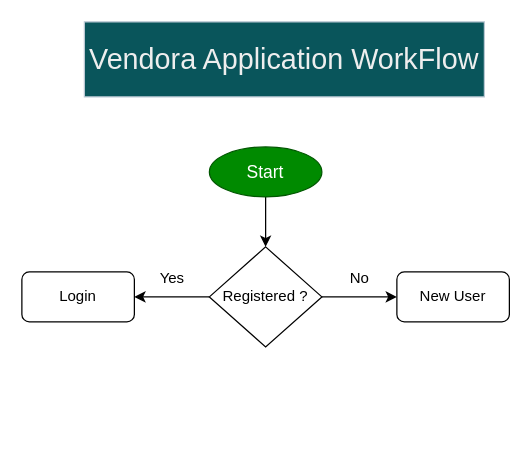
Before: Untitled Diagram.drawio in shivamshinde6164/Vendora, a draw.io diagram. Source tidied: cells renumbered, new cells numbered last; positions are measured from the earlier drawing's top-left corner, leaving out a move shared by most shapes. Both pictures are drawn from the tidied source at 125%, with x=0, y=0 at pixel (21, 21).
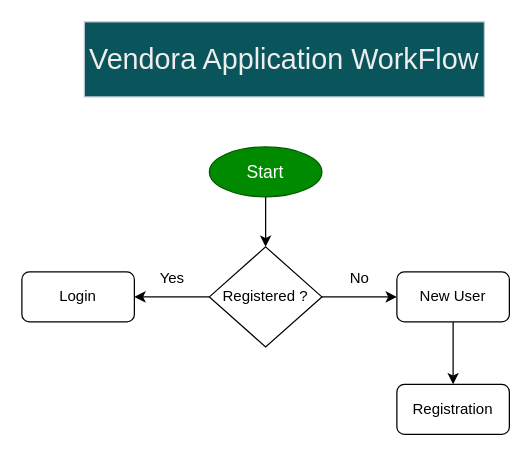
The same page after the edit.

Diff of the diagram source:
```diff
@@
 <mxGraphModel>
   <root>
     <mxCell id="0" />
     <mxCell id="1" parent="0" />
     <mxCell id="2" value="&lt;font style=&quot;font-size: 23px;&quot;&gt;Vendora Application WorkFlow&lt;/font&gt;" style="rounded=0;whiteSpace=wrap;html=1;labelBackgroundColor=none;fillColor=#09555B;strokeColor=#BAC8D3;fontColor=#EEEEEE;" parent="1" vertex="1">
       <mxGeometry x="50" width="320" height="60" as="geometry" />
     </mxCell>
     <mxCell id="3" style="edgeStyle=orthogonalEdgeStyle;rounded=0;jettySize=auto;html=1;exitX=0.5;exitY=1;exitDx=0;exitDy=0;entryX=0.5;entryY=0;entryDx=0;entryDy=0;" parent="1" edge="1" source="4" target="7">
       <mxGeometry relative="1" as="geometry" />
     </mxCell>
     <mxCell id="4" value="&lt;font style=&quot;font-size: 14px;&quot;&gt;Start&lt;/font&gt;" style="ellipse;whiteSpace=wrap;html=1;fillColor=#008a00;strokeColor=#005700;fontColor=#ffffff;" parent="1" vertex="1">
       <mxGeometry x="150" y="100" width="90" height="40" as="geometry" />
     </mxCell>
     <mxCell id="5" style="edgeStyle=orthogonalEdgeStyle;rounded=0;jettySize=auto;html=1;exitX=0;exitY=0.5;exitDx=0;exitDy=0;entryX=1;entryY=0.5;entryDx=0;entryDy=0;" parent="1" edge="1" source="7" target="8">
       <mxGeometry relative="1" as="geometry" />
     </mxCell>
     <mxCell id="6" style="edgeStyle=orthogonalEdgeStyle;rounded=0;jettySize=auto;html=1;exitX=1;exitY=0.5;exitDx=0;exitDy=0;entryX=0;entryY=0.5;entryDx=0;entryDy=0;" parent="1" edge="1" source="7" target="9">
       <mxGeometry relative="1" as="geometry" />
     </mxCell>
     <mxCell id="7" value="Registered ?" style="rhombus;whiteSpace=wrap;html=1;" parent="1" vertex="1">
       <mxGeometry x="150" y="180" width="90" height="80" as="geometry" />
     </mxCell>
     <mxCell id="8" value="Login" style="rounded=1;whiteSpace=wrap;html=1;" parent="1" vertex="1">
       <mxGeometry y="200" width="90" height="40" as="geometry" />
     </mxCell>
+    <mxCell id="12" style="edgeStyle=orthogonalEdgeStyle;rounded=0;jettySize=auto;html=1;exitX=0.5;exitY=1;exitDx=0;exitDy=0;entryX=0.5;entryY=0;entryDx=0;entryDy=0;" parent="1" edge="1" source="9" target="13">
+      <mxGeometry relative="1" as="geometry" />
+    </mxCell>
     <mxCell id="9" value="New User" style="rounded=1;whiteSpace=wrap;html=1;" parent="1" vertex="1">
       <mxGeometry x="300" y="200" width="90" height="40" as="geometry" />
     </mxCell>
     <mxCell id="10" value="Yes" style="text;html=1;align=center;verticalAlign=middle;strokeColor=none;fillColor=none;" parent="1" vertex="1">
       <mxGeometry x="100" y="190" width="40" height="30" as="geometry" />
     </mxCell>
     <mxCell id="11" value="No" style="text;html=1;align=center;verticalAlign=middle;strokeColor=none;fillColor=none;" parent="1" vertex="1">
       <mxGeometry x="250" y="190" width="40" height="30" as="geometry" />
     </mxCell>
+    <mxCell id="13" value="Registration" style="rounded=1;whiteSpace=wrap;html=1;" parent="1" vertex="1">
+      <mxGeometry x="300" y="290" width="90" height="40" as="geometry" />
+    </mxCell>
   </root>
 </mxGraphModel>
```
